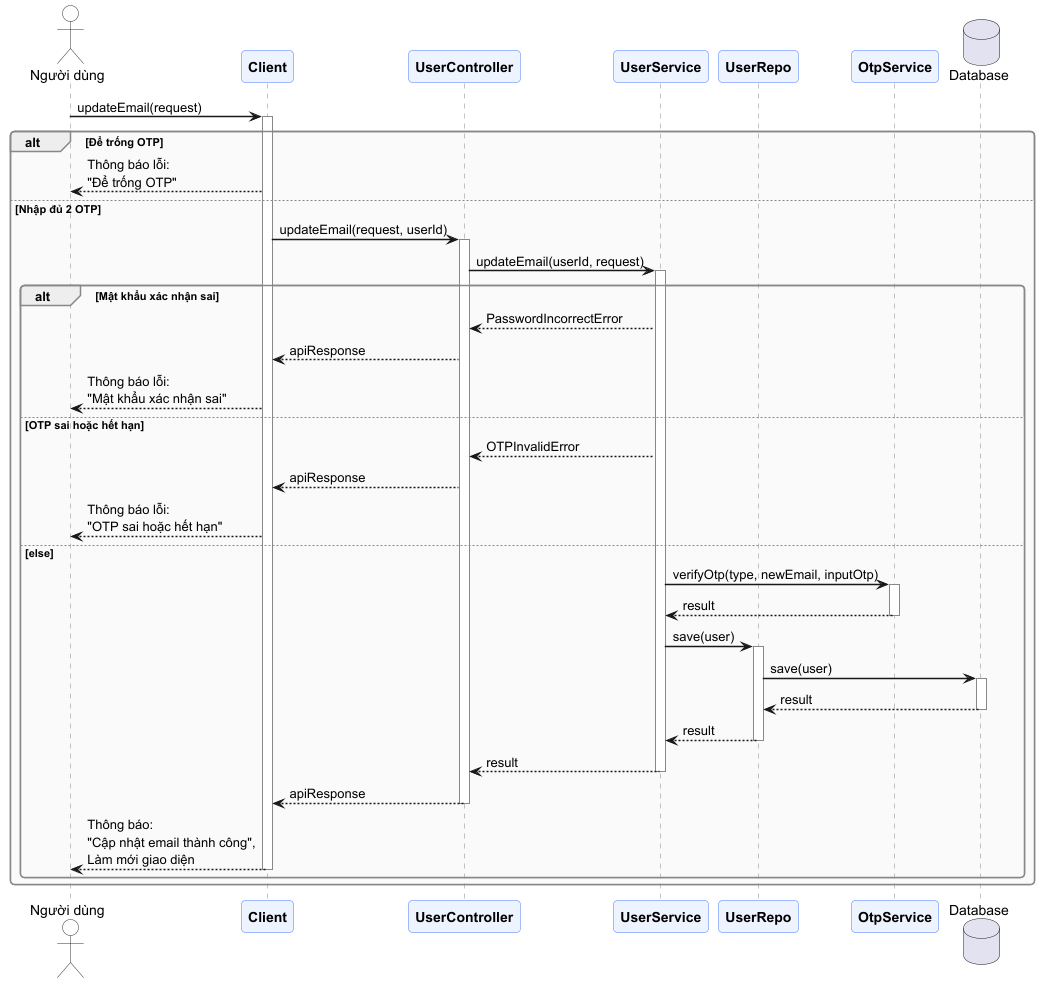
Earlier version of the PlantUML export docs/diagrams/sequence-diagram/Update_Email_Sequence_updateEmail.png (trantrieuduong/Elingo-Language-Learning-System). The source it was exported from:
```plantuml
@startuml

skinparam sequenceArrowThickness 1.5
skinparam roundcorner 8
skinparam responseMessageBelowArrow true
skinparam sequenceGroupBorderThickness 1.5

skinparam participant {
    BackgroundColor #EEF4FF
    BorderColor     #4A7CFF
    FontStyle       Bold
}
skinparam actor {
    BackgroundColor #FEFEFE
    BorderColor     #333333
}
skinparam sequence {
    LifeLineBorderColor  #888888
    GroupBorderColor     #888888
    GroupBodyBackgroundColor #FAFAFA
    DividerBackgroundColor   #E8E8E8
}

actor "Người dùng" as User
participant "Client" as client
participant "UserController" as controller
participant "UserService" as service
participant "UserRepo" as repo
participant "OtpService" as otpService
database "Database" as DB

User -> client : updateEmail(request)
activate client

alt Để trống OTP
    client --> User: Thông báo lỗi:\n"Để trống OTP"
else Nhập đủ 2 OTP
    client -> controller : updateEmail(request, userId)
    activate controller

    controller -> service : updateEmail(userId, request)
    activate service

    alt Mật khẩu xác nhận sai
        service --> controller : PasswordIncorrectError
        controller --> client : apiResponse
        client --> User : Thông báo lỗi:\n"Mật khẩu xác nhận sai"
    else OTP sai hoặc hết hạn
        service --> controller : OTPInvalidError
        controller --> client : apiResponse
        client --> User : Thông báo lỗi:\n"OTP sai hoặc hết hạn"
    else else
        service -> otpService : verifyOtp(type, newEmail, inputOtp)
        activate otpService
        otpService --> service : result
        deactivate otpService

        service -> repo : save(user)
        activate repo

        repo -> DB : save(user)
        activate DB

        DB --> repo : result
        deactivate DB

        repo --> service : result
        deactivate repo

        service --> controller : result
        deactivate service

        controller --> client : apiResponse
        deactivate controller

        client --> User : Thông báo:\n"Cập nhật email thành công",\nLàm mới giao diện
        deactivate client
    end
end
@enduml
```
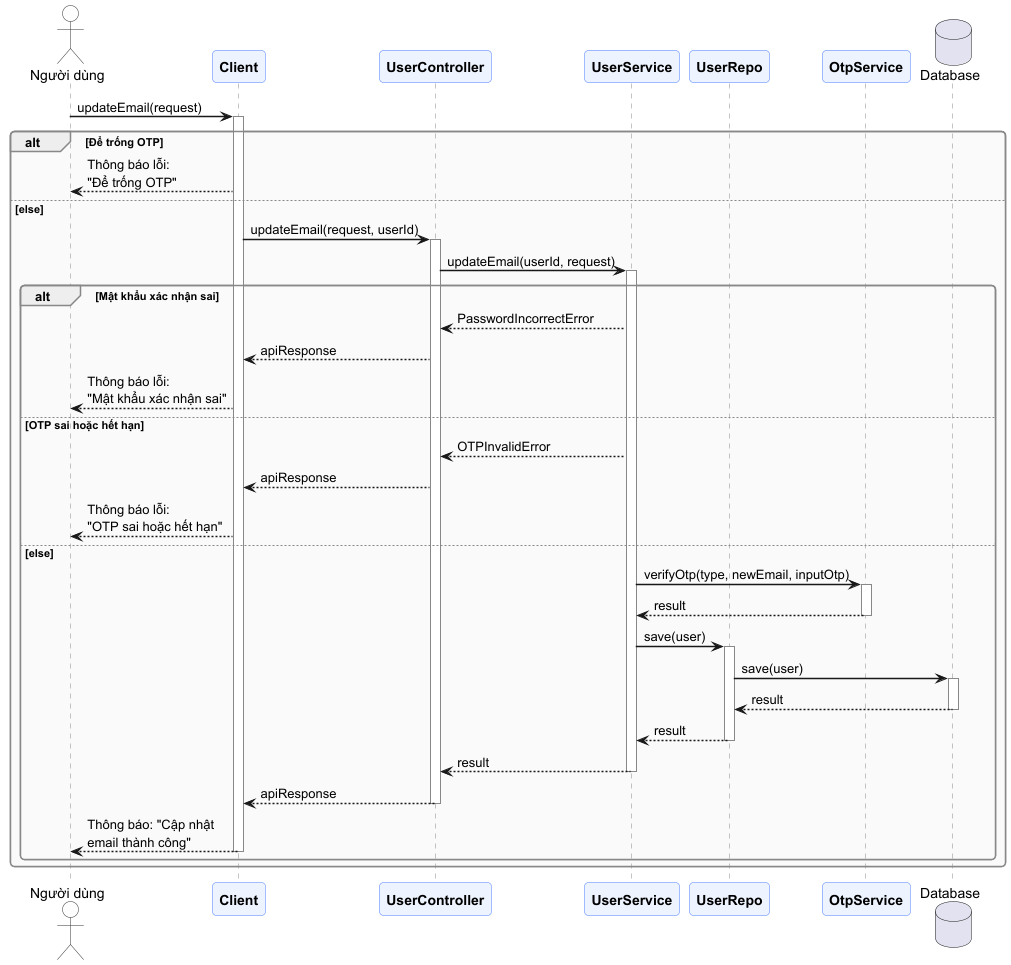
Above is the later version.

Commit message:
docs(user): refine text and conditions in update email diagrams

The edit, as a diff of the source:
```diff
@@ -34,7 +34,7 @@
 
 alt Để trống OTP
     client --> User: Thông báo lỗi:\n"Để trống OTP"
-else Nhập đủ 2 OTP
+else else
     client -> controller : updateEmail(request, userId)
     activate controller
 
@@ -73,7 +73,7 @@
         controller --> client : apiResponse
         deactivate controller
 
-        client --> User : Thông báo:\n"Cập nhật email thành công",\nLàm mới giao diện
+        client --> User : Thông báo: "Cập nhật\nemail thành công"
         deactivate client
     end
 end
```
